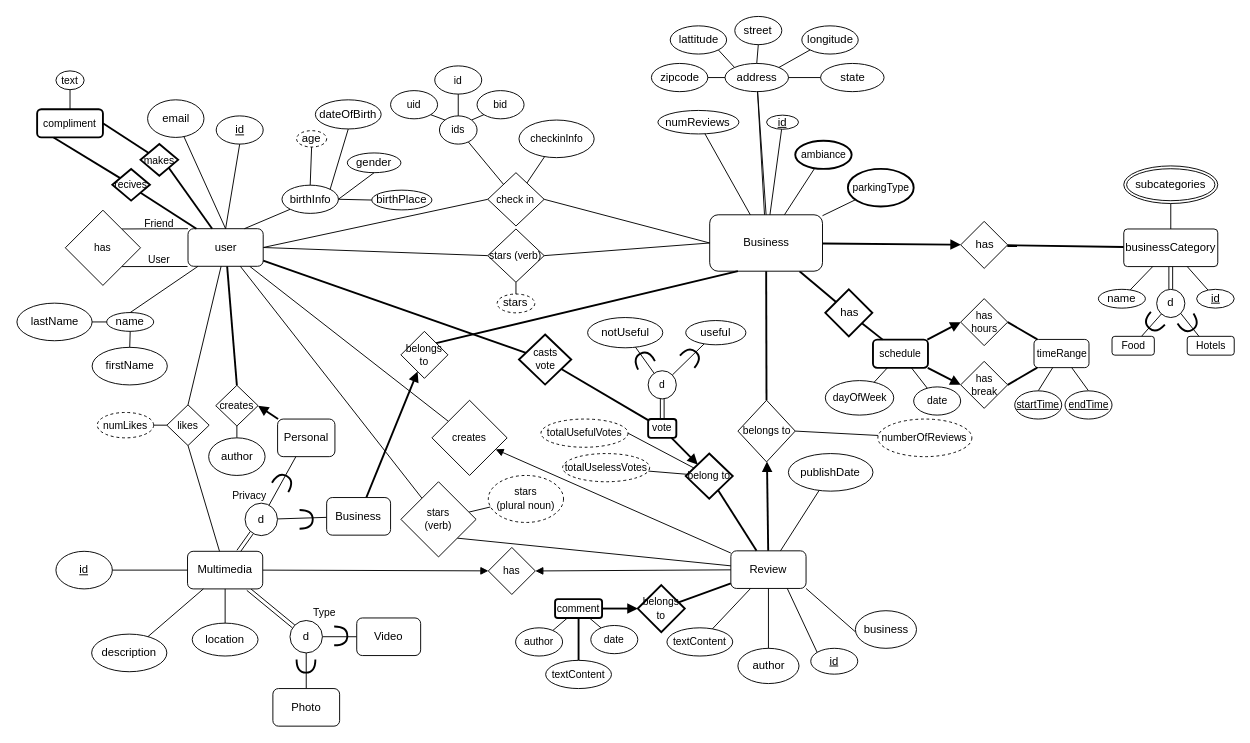
The draw.io diagram ERdiagram.drawio in Luceium/CS157A, before the edit. Source tidied: cells renumbered, new cells numbered last; positions are measured from the earlier drawing's top-left corner, leaving out a move shared by most shapes. Both pictures are drawn from the tidied source at 94%, with x=0, y=0 at pixel (16, 16).
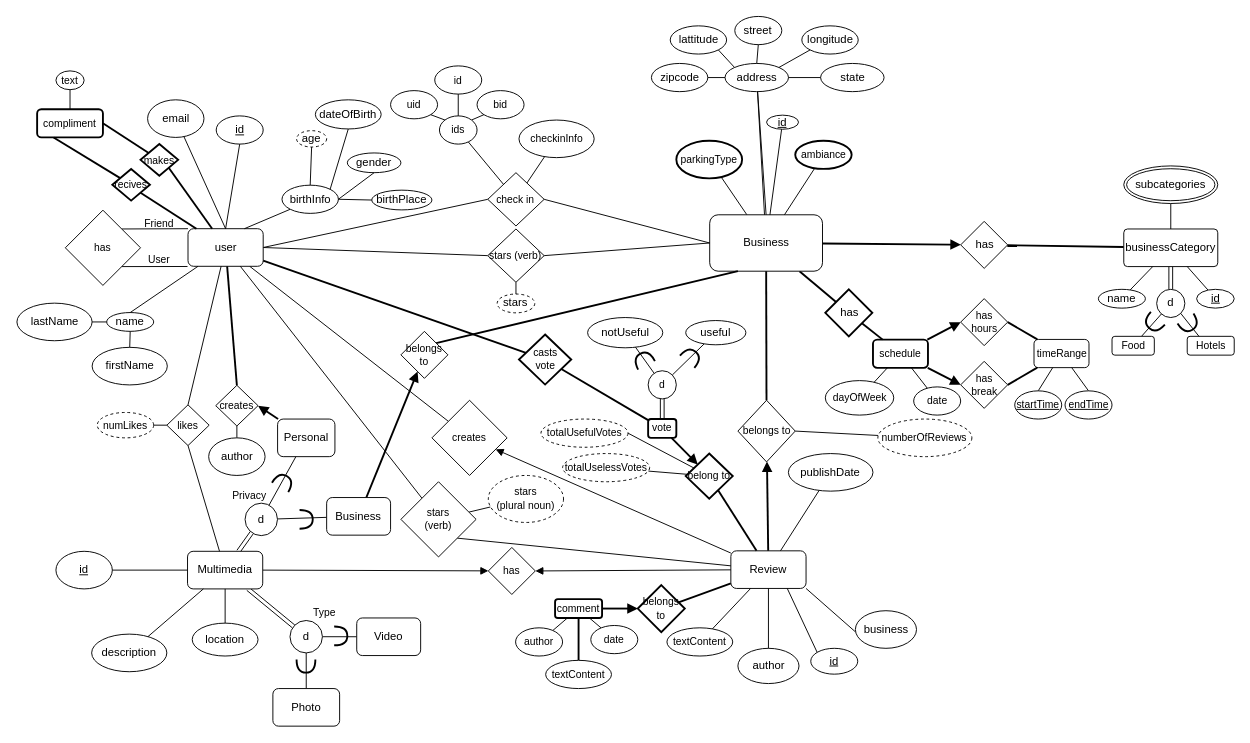
Above is the later version.

The change refers to these unchanged cells:
```xml
<mxCell id="45" value="Business" style="rounded=1;whiteSpace=wrap;html=1;" parent="1" vertex="1">
  <mxGeometry x="737.5" y="211" width="120" height="60" as="geometry" />
</mxCell>
<mxCell id="63" style="group;" parent="1" vertex="1">
  <mxGeometry x="623" y="20" width="319" height="108.7" as="geometry" />
</mxCell>
```

Change to the diagram source:
```diff
@@
-    <mxCell id="75" value="numReviews" style="ellipse;whiteSpace=wrap;html=1;" parent="63" vertex="1">
-      <mxGeometry x="59.4" y="80" width="86.2" height="25" as="geometry" />
-    </mxCell>
@@
-    <mxCell id="78" style="endArrow=none;html=1;rounded=0;" parent="1" edge="1" source="45" target="75">
-      <mxGeometry relative="1" as="geometry" />
-    </mxCell>
@@
     <mxCell id="208" value="parkingType" style="ellipse;whiteSpace=wrap;html=1;strokeWidth=2;fontFamily=Helvetica;fontSize=11;fontColor=default;" parent="1" vertex="1">
-      <mxGeometry x="884.5" y="162.2" width="70" height="40" as="geometry" />
+      <mxGeometry x="702" y="132.2" width="70" height="40" as="geometry" />
     </mxCell>
```
